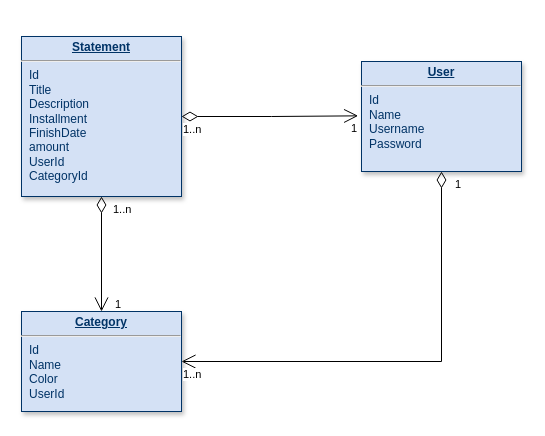
Above: docs/data-model-example.drawio in gustavo-bossolani/cow-api (draw.io), before the change. Source tidied: cells renumbered, new cells numbered last; positions are measured from the earlier drawing's top-left corner, leaving out a move shared by most shapes. Both pictures are drawn from the tidied source at 100%, with x=0, y=0 at pixel (21, 36).
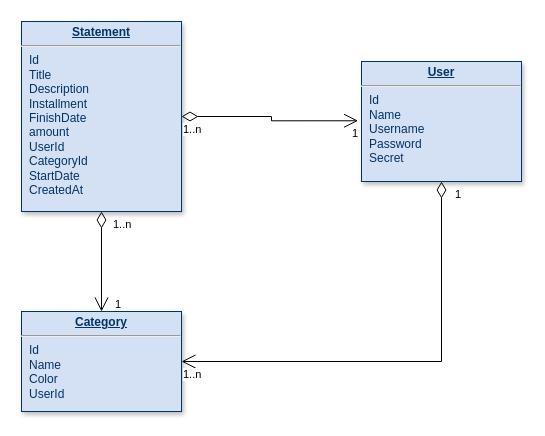
The same page after the edit.

Change to the diagram source:
```diff
@@
 <mxGraphModel>
   <root>
     <mxCell id="0" />
     <mxCell id="1" parent="0" />
-    <mxCell id="2" value="&lt;p style=&quot;margin: 0px ; margin-top: 4px ; text-align: center ; text-decoration: underline&quot;&gt;&lt;strong&gt;Statement&lt;/strong&gt;&lt;/p&gt;&lt;hr&gt;&lt;p style=&quot;margin: 0px ; margin-left: 8px&quot;&gt;Id&lt;/p&gt;&lt;p style=&quot;margin: 0px ; margin-left: 8px&quot;&gt;Title&lt;/p&gt;&lt;p style=&quot;margin: 0px ; margin-left: 8px&quot;&gt;Description&lt;/p&gt;&lt;p style=&quot;margin: 0px ; margin-left: 8px&quot;&gt;Installment&lt;br&gt;&lt;/p&gt;&lt;p style=&quot;margin: 0px ; margin-left: 8px&quot;&gt;FinishDate&lt;/p&gt;&lt;p style=&quot;margin: 0px ; margin-left: 8px&quot;&gt;amount&lt;/p&gt;&lt;p style=&quot;margin: 0px ; margin-left: 8px&quot;&gt;UserId&lt;br&gt;&lt;/p&gt;&lt;p style=&quot;margin: 0px ; margin-left: 8px&quot;&gt;CategoryId&lt;/p&gt;&lt;p style=&quot;margin: 0px ; margin-left: 8px&quot;&gt;&lt;br&gt;&lt;/p&gt;" style="verticalAlign=top;align=left;overflow=fill;fontSize=12;fontFamily=Helvetica;html=1;strokeColor=#003366;shadow=1;fillColor=#D4E1F5;fontColor=#003366;" parent="1" vertex="1">
-      <mxGeometry width="160" height="160" as="geometry" />
+    <mxCell id="2" value="&lt;p style=&quot;margin: 0px ; margin-top: 4px ; text-align: center ; text-decoration: underline&quot;&gt;&lt;strong&gt;Statement&lt;/strong&gt;&lt;/p&gt;&lt;hr&gt;&lt;p style=&quot;margin: 0px ; margin-left: 8px&quot;&gt;Id&lt;/p&gt;&lt;p style=&quot;margin: 0px ; margin-left: 8px&quot;&gt;Title&lt;/p&gt;&lt;p style=&quot;margin: 0px ; margin-left: 8px&quot;&gt;Description&lt;/p&gt;&lt;p style=&quot;margin: 0px ; margin-left: 8px&quot;&gt;Installment&lt;br&gt;&lt;/p&gt;&lt;p style=&quot;margin: 0px ; margin-left: 8px&quot;&gt;FinishDate&lt;/p&gt;&lt;p style=&quot;margin: 0px ; margin-left: 8px&quot;&gt;amount&lt;/p&gt;&lt;p style=&quot;margin: 0px ; margin-left: 8px&quot;&gt;UserId&lt;br&gt;&lt;/p&gt;&lt;p style=&quot;margin: 0px ; margin-left: 8px&quot;&gt;CategoryId&lt;/p&gt;&lt;p style=&quot;margin: 0px ; margin-left: 8px&quot;&gt;StartDate&lt;/p&gt;&lt;p style=&quot;margin: 0px ; margin-left: 8px&quot;&gt;CreatedAt&lt;/p&gt;" style="verticalAlign=top;align=left;overflow=fill;fontSize=12;fontFamily=Helvetica;html=1;strokeColor=#003366;shadow=1;fillColor=#D4E1F5;fontColor=#003366;" parent="1" vertex="1">
+      <mxGeometry y="-15" width="160" height="190" as="geometry" />
     </mxCell>
-    <mxCell id="3" value="&lt;p style=&quot;margin: 0px ; margin-top: 4px ; text-align: center ; text-decoration: underline&quot;&gt;&lt;b&gt;User&lt;/b&gt;&lt;/p&gt;&lt;hr&gt;&lt;p style=&quot;margin: 0px ; margin-left: 8px&quot;&gt;Id&lt;/p&gt;&lt;p style=&quot;margin: 0px ; margin-left: 8px&quot;&gt;Name&lt;/p&gt;&lt;p style=&quot;margin: 0px ; margin-left: 8px&quot;&gt;Username&lt;/p&gt;&lt;p style=&quot;margin: 0px ; margin-left: 8px&quot;&gt;Password&lt;/p&gt;&lt;p style=&quot;margin: 0px ; margin-left: 8px&quot;&gt;&lt;br&gt;&lt;/p&gt;&lt;p style=&quot;margin: 0px ; margin-left: 8px&quot;&gt;&lt;br&gt;&lt;/p&gt;" style="verticalAlign=top;align=left;overflow=fill;fontSize=12;fontFamily=Helvetica;html=1;strokeColor=#003366;shadow=1;fillColor=#D4E1F5;fontColor=#003366;" parent="1" vertex="1">
-      <mxGeometry x="340" y="25" width="160" height="110" as="geometry" />
+    <mxCell id="3" value="&lt;p style=&quot;margin: 0px ; margin-top: 4px ; text-align: center ; text-decoration: underline&quot;&gt;&lt;b&gt;User&lt;/b&gt;&lt;/p&gt;&lt;hr&gt;&lt;p style=&quot;margin: 0px ; margin-left: 8px&quot;&gt;Id&lt;/p&gt;&lt;p style=&quot;margin: 0px ; margin-left: 8px&quot;&gt;Name&lt;/p&gt;&lt;p style=&quot;margin: 0px ; margin-left: 8px&quot;&gt;Username&lt;/p&gt;&lt;p style=&quot;margin: 0px ; margin-left: 8px&quot;&gt;Password&lt;/p&gt;&lt;p style=&quot;margin: 0px ; margin-left: 8px&quot;&gt;Secret&lt;/p&gt;&lt;p style=&quot;margin: 0px ; margin-left: 8px&quot;&gt;&lt;br&gt;&lt;/p&gt;" style="verticalAlign=top;align=left;overflow=fill;fontSize=12;fontFamily=Helvetica;html=1;strokeColor=#003366;shadow=1;fillColor=#D4E1F5;fontColor=#003366;" parent="1" vertex="1">
+      <mxGeometry x="340" y="25" width="160" height="120" as="geometry" />
     </mxCell>
     <mxCell id="4" value="&lt;p style=&quot;margin: 0px ; margin-top: 4px ; text-align: center ; text-decoration: underline&quot;&gt;&lt;b&gt;Category&lt;/b&gt;&lt;/p&gt;&lt;hr&gt;&lt;p style=&quot;margin: 0px ; margin-left: 8px&quot;&gt;Id&lt;/p&gt;&lt;p style=&quot;margin: 0px ; margin-left: 8px&quot;&gt;Name&lt;/p&gt;&lt;p style=&quot;margin: 0px ; margin-left: 8px&quot;&gt;Color&lt;/p&gt;&lt;p style=&quot;margin: 0px ; margin-left: 8px&quot;&gt;UserId&lt;/p&gt;&lt;p style=&quot;margin: 0px ; margin-left: 8px&quot;&gt;&lt;br&gt;&lt;/p&gt;&lt;p style=&quot;margin: 0px ; margin-left: 8px&quot;&gt;&lt;br&gt;&lt;/p&gt;" style="verticalAlign=top;align=left;overflow=fill;fontSize=12;fontFamily=Helvetica;html=1;strokeColor=#003366;shadow=1;fillColor=#D4E1F5;fontColor=#003366;" parent="1" vertex="1">
       <mxGeometry y="275" width="160" height="100" as="geometry" />
     </mxCell>
     <mxCell id="5" style="endArrow=open;html=1;endSize=12;startArrow=diamondThin;startSize=14;startFill=0;edgeStyle=orthogonalEdgeStyle;rounded=0;exitX=1;exitY=0.5;exitDx=0;exitDy=0;entryX=-0.021;entryY=0.494;entryDx=0;entryDy=0;entryPerimeter=0;" parent="1" edge="1" source="2" target="3">
       <mxGeometry relative="1" as="geometry" />
     </mxCell>
     <mxCell id="6" value="1..n" style="edgeLabel;html=1;align=left;verticalAlign=top;" parent="5" vertex="1">
       <mxGeometry x="-1" relative="1" as="geometry" />
     </mxCell>
     <mxCell id="7" value="1" style="edgeLabel;html=1;align=right;verticalAlign=top;" parent="5" vertex="1">
       <mxGeometry x="1" relative="1" as="geometry" />
     </mxCell>
     <mxCell id="8" style="endArrow=open;html=1;endSize=12;startArrow=diamondThin;startSize=14;startFill=0;edgeStyle=orthogonalEdgeStyle;rounded=0;exitX=0.5;exitY=1;exitDx=0;exitDy=0;entryX=0.5;entryY=0;entryDx=0;entryDy=0;" parent="1" edge="1" source="2" target="4">
       <mxGeometry relative="1" as="geometry" />
     </mxCell>
     <mxCell id="9" value="1..n" style="edgeLabel;html=1;align=left;verticalAlign=top;" parent="8" vertex="1">
       <mxGeometry x="-1" relative="1" as="geometry">
         <mxPoint x="10" as="offset" />
       </mxGeometry>
     </mxCell>
     <mxCell id="10" value="1" style="edgeLabel;html=1;align=right;verticalAlign=top;" parent="8" vertex="1">
       <mxGeometry x="1" relative="1" as="geometry">
         <mxPoint x="20" y="-20" as="offset" />
       </mxGeometry>
     </mxCell>
     <mxCell id="11" style="endArrow=open;html=1;endSize=12;startArrow=diamondThin;startSize=14;startFill=0;edgeStyle=orthogonalEdgeStyle;rounded=0;exitX=0.5;exitY=1;exitDx=0;exitDy=0;entryX=1;entryY=0.5;entryDx=0;entryDy=0;" parent="1" edge="1" source="3" target="4">
       <mxGeometry relative="1" as="geometry" />
     </mxCell>
     <mxCell id="12" value="1..n" style="edgeLabel;html=1;align=left;verticalAlign=top;" parent="1" vertex="1">
       <mxGeometry x="160" y="325" as="geometry" />
     </mxCell>
     <mxCell id="13" value="1" style="edgeLabel;html=1;align=right;verticalAlign=top;" parent="1" vertex="1">
-      <mxGeometry x="440" y="135" as="geometry" />
+      <mxGeometry x="440" y="145" as="geometry" />
     </mxCell>
   </root>
 </mxGraphModel>
```
